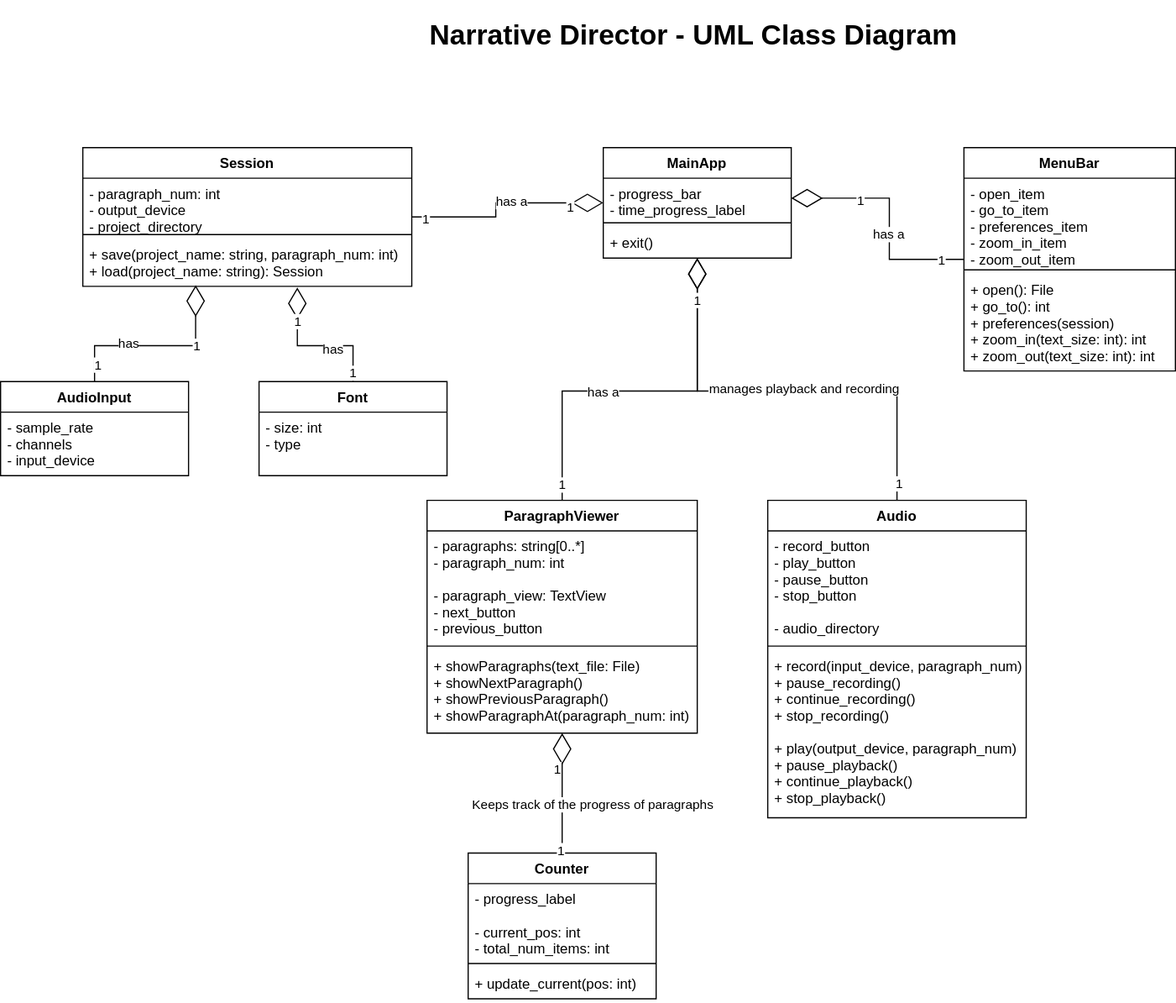
The draw.io diagram docs/img/classdiagram.svg in divark/narrative-director-rs, before a commit. Source tidied: cells renumbered, new cells last; positions are measured from the earlier drawing's top-left corner, leaving out a move shared by most shapes.
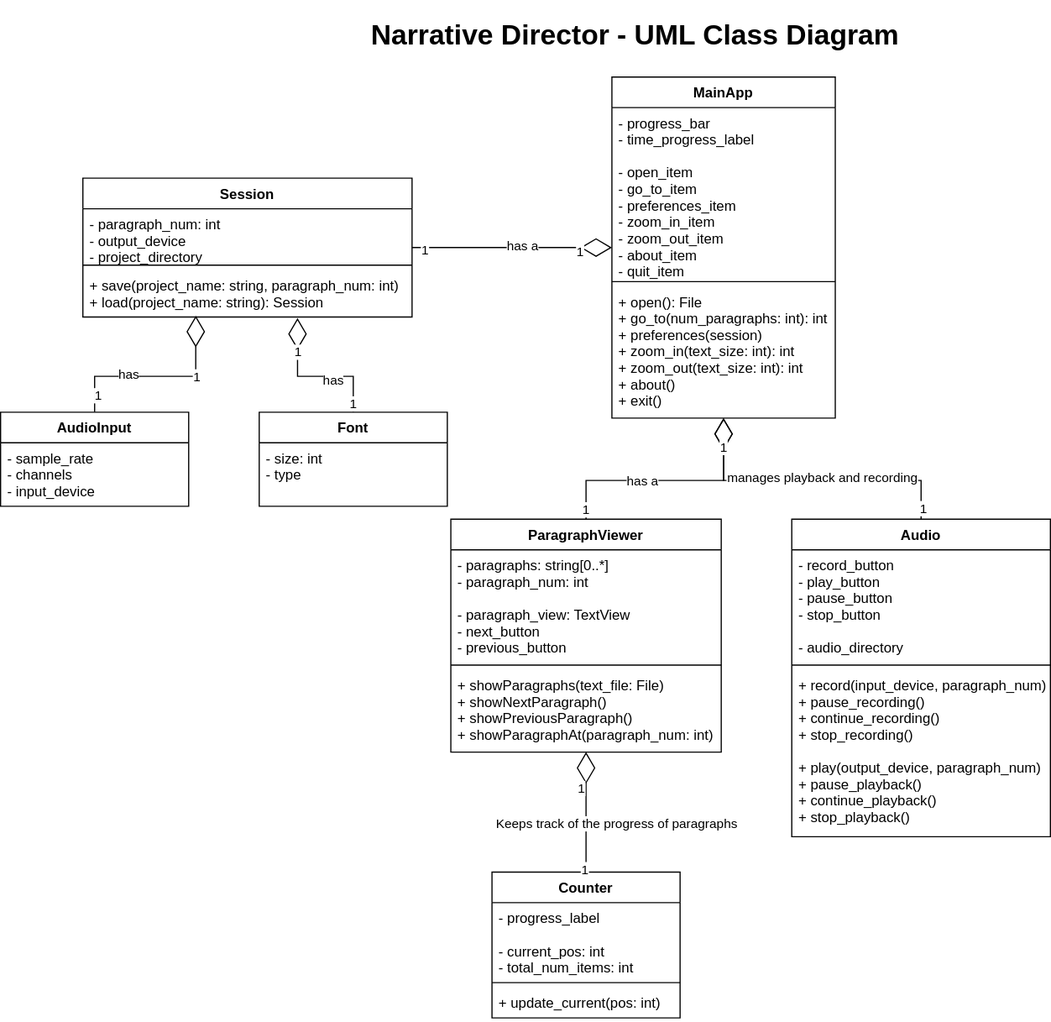
After the change.

Commit message:
Renamed rust.yml to ci.yml Updated Class Diagram by merging MenuBar into MainApp.

Diff of the diagram source:
```diff
@@ -12,7 +12,7 @@
       <mxGeometry x="-0.21" relative="1" as="geometry" />
     </mxCell>
     <mxCell id="5" value="ParagraphViewer" style="swimlane;fontStyle=1;align=center;verticalAlign=top;horizontal=1;startSize=26;" parent="1" vertex="1">
-      <mxGeometry x="363" y="410" width="230" height="198" as="geometry" />
+      <mxGeometry x="433" y="426" width="230" height="198" as="geometry" />
     </mxCell>
     <mxCell id="6" value="- paragraphs: string[0..*]&#10;- paragraph_num: int&#10;&#10;- paragraph_view: TextView&#10;- next_button&#10;- previous_button&#10;" style="text;strokeColor=none;fillColor=none;align=left;verticalAlign=top;spacingLeft=4;spacingRight=4;overflow=hidden;" parent="5" vertex="1">
       <mxGeometry y="26" width="230" height="94" as="geometry" />
@@ -23,32 +23,6 @@
     <mxCell id="8" value="+ showParagraphs(text_file: File)&#10;+ showNextParagraph()&#10;+ showPreviousParagraph()&#10;+ showParagraphAt(paragraph_num: int)&#10;" style="text;strokeColor=none;fillColor=none;align=left;verticalAlign=top;spacingLeft=4;spacingRight=4;overflow=hidden;" parent="5" vertex="1">
       <mxGeometry y="128" width="230" height="70" as="geometry" />
     </mxCell>
-    <mxCell id="9" style="edgeStyle=orthogonalEdgeStyle;rounded=0;jettySize=auto;html=1;entryX=1;entryY=0.5;entryDx=0;entryDy=0;endArrow=diamondThin;endFill=0;endSize=24;" parent="1" edge="1" source="13" target="54">
-      <mxGeometry relative="1" as="geometry" />
-    </mxCell>
-    <mxCell id="10" value="has a" style="edgeLabel;html=1;align=center;verticalAlign=middle;" parent="9" vertex="1">
-      <mxGeometry x="-0.14" y="1" relative="1" as="geometry" />
-    </mxCell>
-    <mxCell id="11" value="1" style="edgeLabel;html=1;align=center;verticalAlign=middle;" parent="9" vertex="1">
-      <mxGeometry x="0.28" y="1" relative="1" as="geometry">
-        <mxPoint x="-13" as="offset" />
-      </mxGeometry>
-    </mxCell>
-    <mxCell id="12" value="1" style="edgeLabel;html=1;align=center;verticalAlign=middle;" parent="9" vertex="1">
-      <mxGeometry x="-0.8" relative="1" as="geometry" />
-    </mxCell>
-    <mxCell id="13" value="MenuBar" style="swimlane;fontStyle=1;align=center;verticalAlign=top;horizontal=1;startSize=26;" parent="1" vertex="1">
-      <mxGeometry x="820" y="110" width="180" height="190" as="geometry" />
-    </mxCell>
-    <mxCell id="14" value="- open_item&#10;- go_to_item&#10;- preferences_item&#10;- zoom_in_item&#10;- zoom_out_item&#10;" style="text;strokeColor=none;fillColor=none;align=left;verticalAlign=top;spacingLeft=4;spacingRight=4;overflow=hidden;" parent="13" vertex="1">
-      <mxGeometry y="26" width="180" height="74" as="geometry" />
-    </mxCell>
-    <mxCell id="15" style="line;strokeWidth=1;fillColor=none;align=left;verticalAlign=middle;spacingTop=-1;spacingLeft=3;spacingRight=3;labelPosition=right;" parent="13" vertex="1">
-      <mxGeometry y="100" width="180" height="8" as="geometry" />
-    </mxCell>
-    <mxCell id="16" value="+ open(): File&#10;+ go_to(): int&#10;+ preferences(session)&#10;+ zoom_in(text_size: int): int&#10;+ zoom_out(text_size: int): int" style="text;strokeColor=none;fillColor=none;align=left;verticalAlign=top;spacingLeft=4;spacingRight=4;overflow=hidden;" parent="13" vertex="1">
-      <mxGeometry y="108" width="180" height="82" as="geometry" />
-    </mxCell>
     <mxCell id="17" style="edgeStyle=orthogonalEdgeStyle;rounded=0;jettySize=auto;html=1;endArrow=diamondThin;endFill=0;endSize=24;" parent="1" edge="1" source="21" target="53">
       <mxGeometry relative="1" as="geometry" />
     </mxCell>
@@ -62,7 +36,7 @@
       <mxGeometry x="0.1" y="2" relative="1" as="geometry" />
     </mxCell>
     <mxCell id="21" value="Session" style="swimlane;fontStyle=1;align=center;verticalAlign=top;horizontal=1;startSize=26;" parent="1" vertex="1">
-      <mxGeometry x="70" y="110" width="280" height="118" as="geometry" />
+      <mxGeometry x="120" y="136" width="280" height="118" as="geometry" />
     </mxCell>
     <mxCell id="22" value="- paragraph_num: int&#10;- output_device&#10;- project_directory&#10;" style="text;strokeColor=none;fillColor=none;align=left;verticalAlign=top;spacingLeft=4;spacingRight=4;overflow=hidden;" parent="21" vertex="1">
       <mxGeometry y="26" width="280" height="44" as="geometry" />
@@ -74,7 +48,7 @@
       <mxGeometry y="78" width="280" height="40" as="geometry" />
     </mxCell>
     <mxCell id="25" value="Counter" style="swimlane;fontStyle=1;align=center;verticalAlign=top;horizontal=1;startSize=26;" parent="1" vertex="1">
-      <mxGeometry x="398" y="710" width="160" height="124" as="geometry" />
+      <mxGeometry x="468" y="726" width="160" height="124" as="geometry" />
     </mxCell>
     <mxCell id="26" value="- progress_label&#10;&#10;- current_pos: int&#10;- total_num_items: int" style="text;strokeColor=none;fillColor=none;align=left;verticalAlign=top;spacingLeft=4;spacingRight=4;overflow=hidden;" parent="25" vertex="1">
       <mxGeometry y="26" width="160" height="64" as="geometry" />
@@ -116,7 +90,7 @@
       <mxGeometry x="0.81" y="1" relative="1" as="geometry" />
     </mxCell>
     <mxCell id="37" value="Audio" style="swimlane;fontStyle=1;align=center;verticalAlign=top;horizontal=1;startSize=26;" parent="1" vertex="1">
-      <mxGeometry x="653" y="410" width="220" height="270" as="geometry" />
+      <mxGeometry x="723" y="426" width="220" height="270" as="geometry" />
     </mxCell>
     <mxCell id="38" value="- record_button&#10;- play_button&#10;- pause_button&#10;- stop_button&#10;&#10;- audio_directory&#10;" style="text;strokeColor=none;fillColor=none;align=left;verticalAlign=top;spacingLeft=4;spacingRight=4;overflow=hidden;" parent="37" vertex="1">
       <mxGeometry y="26" width="220" height="94" as="geometry" />
@@ -140,7 +114,7 @@
       <mxGeometry x="-0.3" y="2" relative="1" as="geometry" />
     </mxCell>
     <mxCell id="45" value="AudioInput" style="swimlane;fontStyle=1;align=center;verticalAlign=top;horizontal=1;startSize=26;" parent="1" vertex="1">
-      <mxGeometry y="309" width="160" height="80" as="geometry" />
+      <mxGeometry x="50" y="335" width="160" height="80" as="geometry" />
     </mxCell>
     <mxCell id="46" value="- sample_rate&#10;- channels&#10;- input_device" style="text;strokeColor=none;fillColor=none;align=left;verticalAlign=top;spacingLeft=4;spacingRight=4;overflow=hidden;" parent="45" vertex="1">
       <mxGeometry y="26" width="160" height="54" as="geometry" />
@@ -160,22 +134,22 @@
       <mxGeometry x="-0.87" y="1" relative="1" as="geometry" />
     </mxCell>
     <mxCell id="51" value="Font" style="swimlane;fontStyle=1;align=center;verticalAlign=top;horizontal=1;startSize=26;" parent="1" vertex="1">
-      <mxGeometry x="220" y="309" width="160" height="80" as="geometry" />
+      <mxGeometry x="270" y="335" width="160" height="80" as="geometry" />
     </mxCell>
     <mxCell id="52" value="- size: int&#10;- type" style="text;strokeColor=none;fillColor=none;align=left;verticalAlign=top;spacingLeft=4;spacingRight=4;overflow=hidden;" parent="51" vertex="1">
       <mxGeometry y="26" width="160" height="54" as="geometry" />
     </mxCell>
     <mxCell id="53" value="MainApp" style="swimlane;fontStyle=1;align=center;verticalAlign=top;horizontal=1;startSize=26;" parent="1" vertex="1">
-      <mxGeometry x="513" y="110" width="160" height="94" as="geometry" />
+      <mxGeometry x="570" y="50" width="190" height="290" as="geometry" />
     </mxCell>
-    <mxCell id="54" value="- progress_bar&#10;- time_progress_label&#10;" style="text;strokeColor=none;fillColor=none;align=left;verticalAlign=top;spacingLeft=4;spacingRight=4;overflow=hidden;points=[[0,0.5],[1,0.5]];portConstraint=eastwest;" parent="53" vertex="1">
-      <mxGeometry y="26" width="160" height="34" as="geometry" />
+    <mxCell id="54" value="- progress_bar&#10;- time_progress_label&#10;&#10;- open_item&#10;- go_to_item&#10;- preferences_item&#10;- zoom_in_item&#10;- zoom_out_item&#10;- about_item&#10;- quit_item&#10;" style="text;strokeColor=none;fillColor=none;align=left;verticalAlign=top;spacingLeft=4;spacingRight=4;overflow=hidden;points=[[0,0.5],[1,0.5]];portConstraint=eastwest;" parent="53" vertex="1">
+      <mxGeometry y="26" width="190" height="144" as="geometry" />
     </mxCell>
     <mxCell id="55" style="line;strokeWidth=1;fillColor=none;align=left;verticalAlign=middle;spacingTop=-1;spacingLeft=3;spacingRight=3;labelPosition=right;" parent="53" vertex="1">
-      <mxGeometry y="60" width="160" height="8" as="geometry" />
+      <mxGeometry y="170" width="190" height="8" as="geometry" />
     </mxCell>
-    <mxCell id="56" value="+ exit()" style="text;strokeColor=none;fillColor=none;align=left;verticalAlign=top;spacingLeft=4;spacingRight=4;overflow=hidden;" parent="53" vertex="1">
-      <mxGeometry y="68" width="160" height="26" as="geometry" />
+    <mxCell id="56" value="+ open(): File&#10;+ go_to(num_paragraphs: int): int&#10;+ preferences(session)&#10;+ zoom_in(text_size: int): int&#10;+ zoom_out(text_size: int): int&#10;+ about()&#10;+ exit()" style="text;strokeColor=none;fillColor=none;align=left;verticalAlign=top;spacingLeft=4;spacingRight=4;overflow=hidden;" parent="53" vertex="1">
+      <mxGeometry y="178" width="190" height="112" as="geometry" />
     </mxCell>
     <mxCell id="57" value="&lt;h1&gt;Narrative Director - UML Class Diagram&lt;br&gt;&lt;/h1&gt;" style="text;html=1;strokeColor=none;fillColor=none;align=center;verticalAlign=middle;whiteSpace=wrap;rounded=0;" parent="1" vertex="1">
       <mxGeometry x="360" width="460" height="30" as="geometry" />
```
